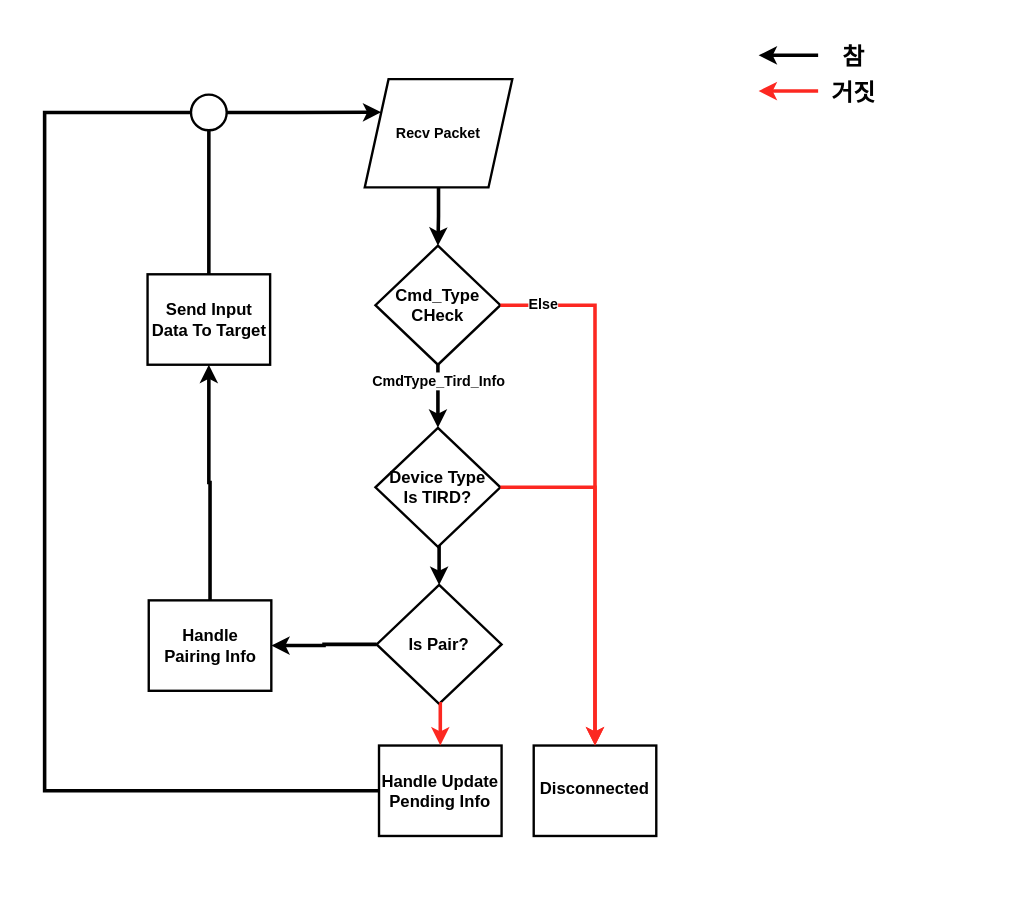
Hong-Study/Etri keeps this draw.io diagram as docs/FlowChart/TIRD_FlowChart.drawio. Above is the earlier version. Source tidied: cells renumbered, new cells numbered last; positions are measured from the earlier drawing's top-left corner, leaving out a move shared by most shapes. Both pictures are drawn from the tidied source at 119%, with x=0, y=0 at pixel (20, 20).
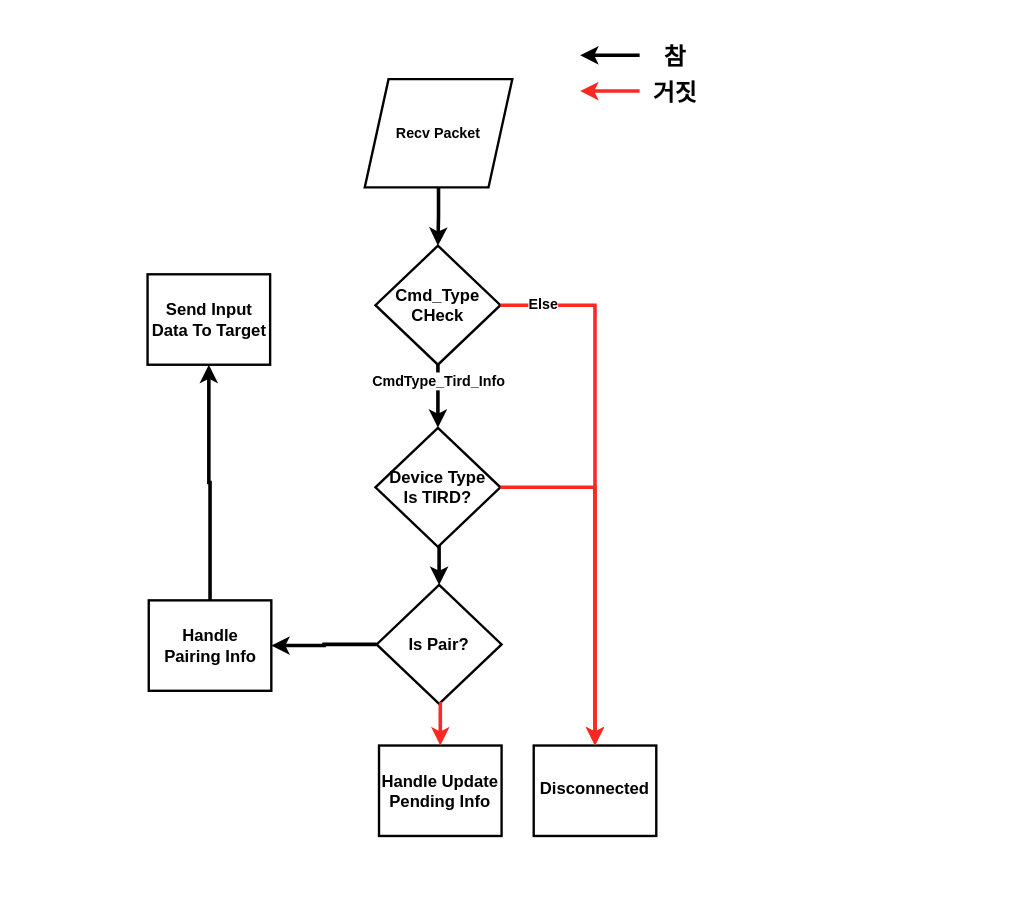
The same page after the edit.

The change refers to these unchanged cells:
```xml
<mxCell id="4" value="Recv Packet" style="shape=parallelogram;perimeter=parallelogramPerimeter;whiteSpace=wrap;html=1;fixedSize=1;strokeWidth=2;fontStyle=1;" parent="1" vertex="1">
  <mxGeometry x="289" y="49" width="124" height="91" as="geometry" />
</mxCell>
<mxCell id="7" value="Handle Update Pending Info" style="rounded=0;whiteSpace=wrap;html=1;fontStyle=1;strokeWidth=2;fontSize=14;" parent="1" vertex="1">
  <mxGeometry x="301" y="609" width="103" height="76" as="geometry" />
</mxCell>
<mxCell id="17" value="Send Input Data To Target" style="rounded=0;whiteSpace=wrap;fontStyle=1;html=1;strokeWidth=2;fontSize=14;" parent="1" vertex="1">
  <mxGeometry x="106.5" y="213" width="103" height="76" as="geometry" />
</mxCell>
```

What changed in the source:
```diff
@@
     <mxCell id="2" style="rounded=0;whiteSpace=wrap;html=1;strokeColor=#ffffff;" parent="1" vertex="1">
-      <mxGeometry width="820" height="740" as="geometry" />
+      <mxGeometry x="70" width="520" height="699" as="geometry" />
     </mxCell>
@@
     <mxCell id="10" style="edgeStyle=orthogonalEdgeStyle;rounded=0;orthogonalLoop=1;jettySize=auto;html=1;exitX=0;exitY=0.5;exitDx=0;exitDy=0;entryX=1;entryY=0.5;entryDx=0;entryDy=0;fontStyle=1;strokeWidth=3;" parent="1" edge="1">
       <mxGeometry relative="1" as="geometry">
-        <mxPoint x="670" y="29" as="sourcePoint" />
-        <mxPoint x="620" y="29" as="targetPoint" />
+        <mxPoint x="520" y="29" as="sourcePoint" />
+        <mxPoint x="470" y="29" as="targetPoint" />
       </mxGeometry>
     </mxCell>
     <mxCell id="11" style="edgeStyle=orthogonalEdgeStyle;rounded=0;orthogonalLoop=1;jettySize=auto;html=1;entryX=1;entryY=0.5;entryDx=0;entryDy=0;fontStyle=1;strokeWidth=3;strokeColor=#FC2821;" parent="1" edge="1">
       <mxGeometry relative="1" as="geometry">
-        <mxPoint x="670" y="59" as="sourcePoint" />
-        <mxPoint x="620" y="59" as="targetPoint" />
+        <mxPoint x="520" y="59" as="sourcePoint" />
+        <mxPoint x="470" y="59" as="targetPoint" />
       </mxGeometry>
     </mxCell>
     <mxCell id="12" value="참" style="text;html=1;strokeColor=none;fillColor=none;align=center;verticalAlign=middle;whiteSpace=wrap;rounded=0;fontSize=20;fontStyle=1;" parent="1" vertex="1">
-      <mxGeometry x="670" y="15" width="60" height="30" as="geometry" />
+      <mxGeometry x="520" y="15" width="60" height="30" as="geometry" />
     </mxCell>
     <mxCell id="13" value="거짓" style="text;html=1;strokeColor=none;fillColor=none;align=center;verticalAlign=middle;whiteSpace=wrap;rounded=0;fontSize=20;fontStyle=1;" parent="1" vertex="1">
-      <mxGeometry x="670" y="45" width="60" height="30" as="geometry" />
+      <mxGeometry x="520" y="45" width="60" height="30" as="geometry" />
     </mxCell>
@@
-    <mxCell id="18" style="ellipse;whiteSpace=wrap;html=1;strokeWidth=2;" parent="1" vertex="1">
-      <mxGeometry x="143" y="62" width="30" height="30" as="geometry" />
-    </mxCell>
-    <mxCell id="19" style="edgeStyle=orthogonalEdgeStyle;rounded=0;jettySize=auto;html=1;exitX=0;exitY=0.5;exitDx=0;exitDy=0;fontStyle=1;strokeWidth=3;endArrow=none;endFill=0;entryX=0;entryY=0.5;entryDx=0;entryDy=0;" parent="1" edge="1" source="7" target="18">
-      <mxGeometry relative="1" as="geometry">
-        <Array as="points">
-          <mxPoint x="20" y="647" />
-          <mxPoint x="20" y="77" />
-        </Array>
-      </mxGeometry>
-    </mxCell>
-    <mxCell id="20" style="edgeStyle=orthogonalEdgeStyle;rounded=0;jettySize=auto;html=1;fontStyle=1;strokeWidth=3;endArrow=none;endFill=0;entryX=0.5;entryY=1;entryDx=0;entryDy=0;exitX=0.5;exitY=0;exitDx=0;exitDy=0;" parent="1" edge="1" source="17" target="18">
-      <mxGeometry relative="1" as="geometry">
-        <Array as="points">
-          <mxPoint x="158" y="209" />
-          <mxPoint x="158" y="209" />
-        </Array>
-      </mxGeometry>
-    </mxCell>
-    <mxCell id="21" style="edgeStyle=orthogonalEdgeStyle;rounded=0;jettySize=auto;html=1;exitX=1;exitY=0.5;exitDx=0;exitDy=0;entryX=0;entryY=0.25;entryDx=0;entryDy=0;fontStyle=1;strokeWidth=3;" parent="1" edge="1" source="18" target="4">
-      <mxGeometry relative="1" as="geometry" />
-    </mxCell>
```
